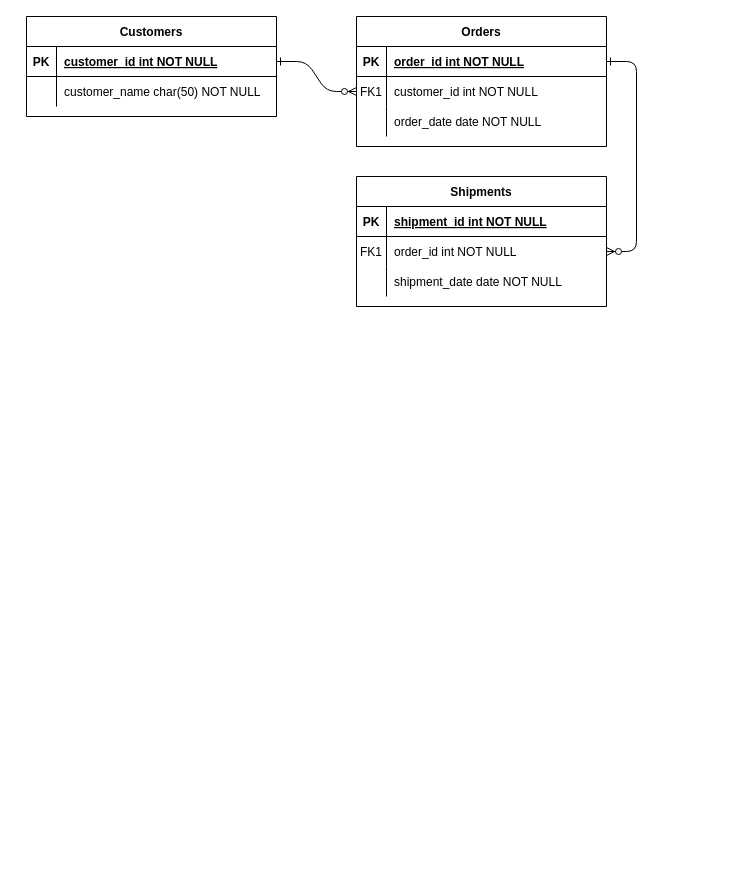
The draw.io diagram AdventureWorks/AW.drawio in andrepegoraro/analytics-engineering, before the edit. Source tidied: cells renumbered, new cells numbered last; positions are measured from the earlier drawing's top-left corner, leaving out a move shared by most shapes. Both pictures are drawn from the tidied source at 100%, with x=0, y=0 at pixel (26, 16).
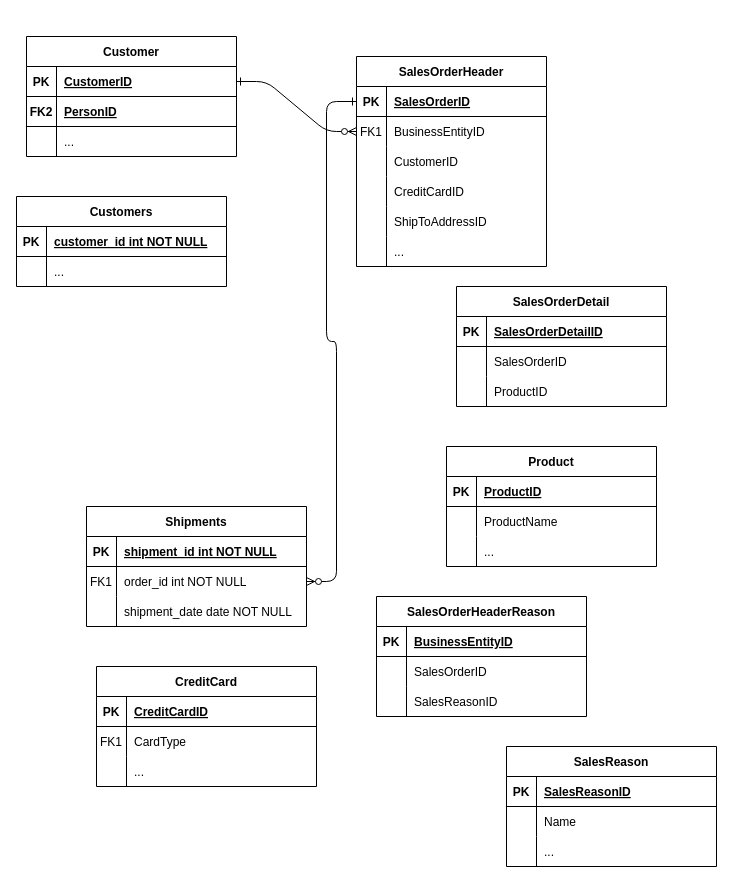
Above is the later version.

The edit, as a diff of the source:
```diff
@@
-    <mxCell id="4" value="Orders" style="shape=table;startSize=30;childLayout=tableLayout;rowLines=0;fontStyle=1;align=center;" parent="1" vertex="1">
-      <mxGeometry x="330" width="250" height="130" as="geometry" />
+    <mxCell id="4" value="SalesOrderHeader" style="shape=table;startSize=30;childLayout=tableLayout;rowLines=0;fontStyle=1;align=center;" parent="1" vertex="1">
+      <mxGeometry x="330" y="40" width="190" height="210" as="geometry" />
     </mxCell>
     <mxCell id="5" style="shape=partialRectangle;fillColor=none;points=[[0,0.5],[1,0.5]];portConstraint=eastwest;top=0;left=0;right=0;bottom=1;" parent="4" vertex="1">
-      <mxGeometry y="30" width="250" height="30" as="geometry" />
+      <mxGeometry y="30" width="190" height="30" as="geometry" />
     </mxCell>
@@
-    <mxCell id="7" value="order_id int NOT NULL " style="shape=partialRectangle;overflow=hidden;fillColor=none;top=0;left=0;bottom=0;right=0;align=left;spacingLeft=6;fontStyle=5;" parent="5" vertex="1">
-      <mxGeometry x="30" width="220" height="30" as="geometry" />
+    <mxCell id="7" value="SalesOrderID" style="shape=partialRectangle;overflow=hidden;fillColor=none;top=0;left=0;bottom=0;right=0;align=left;spacingLeft=6;fontStyle=5;" parent="5" vertex="1">
+      <mxGeometry x="30" width="160" height="30" as="geometry" />
     </mxCell>
     <mxCell id="8" style="shape=partialRectangle;fillColor=none;points=[[0,0.5],[1,0.5]];portConstraint=eastwest;top=0;left=0;right=0;bottom=0;" parent="4" vertex="1">
-      <mxGeometry y="60" width="250" height="30" as="geometry" />
+      <mxGeometry y="60" width="190" height="30" as="geometry" />
     </mxCell>
@@
-    <mxCell id="10" value="customer_id int NOT NULL" style="shape=partialRectangle;overflow=hidden;fillColor=none;top=0;left=0;bottom=0;right=0;align=left;spacingLeft=6;" parent="8" vertex="1">
-      <mxGeometry x="30" width="220" height="30" as="geometry" />
+    <mxCell id="10" value="BusinessEntityID" style="shape=partialRectangle;overflow=hidden;fillColor=none;top=0;left=0;bottom=0;right=0;align=left;spacingLeft=6;" parent="8" vertex="1">
+      <mxGeometry x="30" width="160" height="30" as="geometry" />
     </mxCell>
     <mxCell id="11" style="shape=partialRectangle;fillColor=none;top=0;left=0;right=0;bottom=0;" parent="4" vertex="1">
-      <mxGeometry y="90" width="250" height="30" as="geometry" />
+      <mxGeometry y="90" width="190" height="30" as="geometry" />
     </mxCell>
@@
-    <mxCell id="13" value="order_date date NOT NULL" style="shape=partialRectangle;overflow=hidden;fillColor=none;top=0;left=0;bottom=0;right=0;align=left;spacingLeft=6;" parent="11" vertex="1">
-      <mxGeometry x="30" width="220" height="30" as="geometry" />
+    <mxCell id="13" value="CustomerID" style="shape=partialRectangle;overflow=hidden;fillColor=none;top=0;left=0;bottom=0;right=0;align=left;spacingLeft=6;" parent="11" vertex="1">
+      <mxGeometry x="30" width="160" height="30" as="geometry" />
     </mxCell>
+    <mxCell id="31" style="shape=partialRectangle;fillColor=none;top=0;left=0;right=0;bottom=0;" parent="4" vertex="1">
+      <mxGeometry y="120" width="190" height="30" as="geometry" />
+    </mxCell>
+    <mxCell id="32" style="shape=partialRectangle;overflow=hidden;fillColor=none;top=0;left=0;bottom=0;right=0;" parent="31" vertex="1">
+      <mxGeometry width="30" height="30" as="geometry" />
+    </mxCell>
+    <mxCell id="33" value="CreditCardID" style="shape=partialRectangle;overflow=hidden;fillColor=none;top=0;left=0;bottom=0;right=0;align=left;spacingLeft=6;" parent="31" vertex="1">
+      <mxGeometry x="30" width="160" height="30" as="geometry" />
+    </mxCell>
+    <mxCell id="34" style="shape=partialRectangle;fillColor=none;top=0;left=0;right=0;bottom=0;" parent="4" vertex="1">
+      <mxGeometry y="150" width="190" height="30" as="geometry" />
+    </mxCell>
+    <mxCell id="35" style="shape=partialRectangle;overflow=hidden;fillColor=none;top=0;left=0;bottom=0;right=0;" parent="34" vertex="1">
+      <mxGeometry width="30" height="30" as="geometry" />
+    </mxCell>
+    <mxCell id="36" value="ShipToAddressID" style="shape=partialRectangle;overflow=hidden;fillColor=none;top=0;left=0;bottom=0;right=0;align=left;spacingLeft=6;" parent="34" vertex="1">
+      <mxGeometry x="30" width="160" height="30" as="geometry" />
+    </mxCell>
+    <mxCell id="37" style="shape=partialRectangle;fillColor=none;top=0;left=0;right=0;bottom=0;" parent="4" vertex="1">
+      <mxGeometry y="180" width="190" height="30" as="geometry" />
+    </mxCell>
+    <mxCell id="38" style="shape=partialRectangle;overflow=hidden;fillColor=none;top=0;left=0;bottom=0;right=0;" parent="37" vertex="1">
+      <mxGeometry width="30" height="30" as="geometry" />
+    </mxCell>
+    <mxCell id="39" value="..." style="shape=partialRectangle;overflow=hidden;fillColor=none;top=0;left=0;bottom=0;right=0;align=left;spacingLeft=6;" parent="37" vertex="1">
+      <mxGeometry x="30" width="160" height="30" as="geometry" />
+    </mxCell>
     <mxCell id="14" value="Shipments" style="shape=table;startSize=30;childLayout=tableLayout;rowLines=0;fontStyle=1;align=center;" parent="1" vertex="1">
-      <mxGeometry x="330" y="160" width="250" height="130" as="geometry" />
+      <mxGeometry x="60" y="490" width="220" height="120" as="geometry" />
     </mxCell>
     <mxCell id="15" style="shape=partialRectangle;fillColor=none;top=0;left=0;right=0;bottom=1;" parent="14" vertex="1">
-      <mxGeometry y="30" width="250" height="30" as="geometry" />
+      <mxGeometry y="30" width="220" height="30" as="geometry" />
     </mxCell>
@@
     <mxCell id="17" value="shipment_id int NOT NULL " style="shape=partialRectangle;overflow=hidden;fillColor=none;top=0;left=0;bottom=0;right=0;align=left;spacingLeft=6;fontStyle=5;" parent="15" vertex="1">
-      <mxGeometry x="30" width="220" height="30" as="geometry" />
+      <mxGeometry x="30" width="190" height="30" as="geometry" />
     </mxCell>
     <mxCell id="18" style="shape=partialRectangle;fillColor=none;points=[[0,0.5],[1,0.5]];portConstraint=eastwest;top=0;left=0;right=0;bottom=0;" parent="14" vertex="1">
-      <mxGeometry y="60" width="250" height="30" as="geometry" />
+      <mxGeometry y="60" width="220" height="30" as="geometry" />
     </mxCell>
@@
     <mxCell id="20" value="order_id int NOT NULL" style="shape=partialRectangle;overflow=hidden;fillColor=none;top=0;left=0;bottom=0;right=0;align=left;spacingLeft=6;" parent="18" vertex="1">
-      <mxGeometry x="30" width="220" height="30" as="geometry" />
+      <mxGeometry x="30" width="190" height="30" as="geometry" />
     </mxCell>
     <mxCell id="21" style="shape=partialRectangle;fillColor=none;top=0;left=0;right=0;bottom=0;" parent="14" vertex="1">
-      <mxGeometry y="90" width="250" height="30" as="geometry" />
+      <mxGeometry y="90" width="220" height="30" as="geometry" />
     </mxCell>
@@
     <mxCell id="23" value="shipment_date date NOT NULL" style="shape=partialRectangle;overflow=hidden;fillColor=none;top=0;left=0;bottom=0;right=0;align=left;spacingLeft=6;" parent="21" vertex="1">
-      <mxGeometry x="30" width="220" height="30" as="geometry" />
+      <mxGeometry x="30" width="190" height="30" as="geometry" />
     </mxCell>
-    <mxCell id="24" value="Customers" style="shape=table;startSize=30;childLayout=tableLayout;rowLines=0;fontStyle=1;align=center;" parent="1" vertex="1">
-      <mxGeometry width="250" height="100" as="geometry" />
+    <mxCell id="24" value="Customer" style="shape=table;startSize=30;childLayout=tableLayout;rowLines=0;fontStyle=1;align=center;" parent="1" vertex="1">
+      <mxGeometry y="20" width="210" height="120" as="geometry" />
     </mxCell>
     <mxCell id="25" style="shape=partialRectangle;fillColor=none;points=[[0,0.5],[1,0.5]];portConstraint=eastwest;top=0;left=0;right=0;bottom=1;" parent="24" vertex="1">
-      <mxGeometry y="30" width="250" height="30" as="geometry" />
+      <mxGeometry y="30" width="210" height="30" as="geometry" />
     </mxCell>
@@
-    <mxCell id="27" value="customer_id int NOT NULL " style="shape=partialRectangle;overflow=hidden;fillColor=none;top=0;left=0;bottom=0;right=0;align=left;spacingLeft=6;fontStyle=5;" parent="25" vertex="1">
-      <mxGeometry x="30" width="220" height="30" as="geometry" />
+    <mxCell id="27" value="CustomerID" style="shape=partialRectangle;overflow=hidden;fillColor=none;top=0;left=0;bottom=0;right=0;align=left;spacingLeft=6;fontStyle=5;" parent="25" vertex="1">
+      <mxGeometry x="30" width="180" height="30" as="geometry" />
     </mxCell>
+    <mxCell id="40" style="shape=partialRectangle;fillColor=none;top=0;left=0;right=0;bottom=1;" parent="24" vertex="1">
+      <mxGeometry y="60" width="210" height="30" as="geometry" />
+    </mxCell>
+    <mxCell id="41" value="FK2" style="shape=partialRectangle;overflow=hidden;fillColor=none;top=0;left=0;bottom=0;right=0;fontStyle=1;" parent="40" vertex="1">
+      <mxGeometry width="30" height="30" as="geometry" />
+    </mxCell>
+    <mxCell id="42" value="PersonID" style="shape=partialRectangle;overflow=hidden;fillColor=none;top=0;left=0;bottom=0;right=0;align=left;spacingLeft=6;fontStyle=5;" parent="40" vertex="1">
+      <mxGeometry x="30" width="180" height="30" as="geometry" />
+    </mxCell>
     <mxCell id="28" style="shape=partialRectangle;fillColor=none;top=0;left=0;right=0;bottom=0;" parent="24" vertex="1">
-      <mxGeometry y="60" width="250" height="30" as="geometry" />
+      <mxGeometry y="90" width="210" height="30" as="geometry" />
     </mxCell>
@@
-    <mxCell id="30" value="customer_name char(50) NOT NULL" style="shape=partialRectangle;overflow=hidden;fillColor=none;top=0;left=0;bottom=0;right=0;align=left;spacingLeft=6;" parent="28" vertex="1">
-      <mxGeometry x="30" width="220" height="30" as="geometry" />
+    <mxCell id="30" value="..." style="shape=partialRectangle;overflow=hidden;fillColor=none;top=0;left=0;bottom=0;right=0;align=left;spacingLeft=6;" parent="28" vertex="1">
+      <mxGeometry x="30" width="180" height="30" as="geometry" />
     </mxCell>
+    <mxCell id="43" value="Customers" style="shape=table;startSize=30;childLayout=tableLayout;rowLines=0;fontStyle=1;align=center;" parent="1" vertex="1">
+      <mxGeometry x="-10" y="180" width="210" height="90" as="geometry" />
+    </mxCell>
+    <mxCell id="44" style="shape=partialRectangle;fillColor=none;top=0;left=0;right=0;bottom=1;" parent="43" vertex="1">
+      <mxGeometry y="30" width="210" height="30" as="geometry" />
+    </mxCell>
+    <mxCell id="45" value="PK" style="shape=partialRectangle;overflow=hidden;fillColor=none;top=0;left=0;bottom=0;right=0;fontStyle=1;" parent="44" vertex="1">
+      <mxGeometry width="30" height="30" as="geometry" />
+    </mxCell>
+    <mxCell id="46" value="customer_id int NOT NULL " style="shape=partialRectangle;overflow=hidden;fillColor=none;top=0;left=0;bottom=0;right=0;align=left;spacingLeft=6;fontStyle=5;" parent="44" vertex="1">
+      <mxGeometry x="30" width="180" height="30" as="geometry" />
+    </mxCell>
+    <mxCell id="47" style="shape=partialRectangle;fillColor=none;top=0;left=0;right=0;bottom=0;" parent="43" vertex="1">
+      <mxGeometry y="60" width="210" height="30" as="geometry" />
+    </mxCell>
+    <mxCell id="48" style="shape=partialRectangle;overflow=hidden;fillColor=none;top=0;left=0;bottom=0;right=0;" parent="47" vertex="1">
+      <mxGeometry width="30" height="30" as="geometry" />
+    </mxCell>
+    <mxCell id="49" value="..." style="shape=partialRectangle;overflow=hidden;fillColor=none;top=0;left=0;bottom=0;right=0;align=left;spacingLeft=6;" parent="47" vertex="1">
+      <mxGeometry x="30" width="180" height="30" as="geometry" />
+    </mxCell>
+    <mxCell id="50" value="SalesOrderDetail" style="shape=table;startSize=30;childLayout=tableLayout;rowLines=0;fontStyle=1;align=center;" parent="1" vertex="1">
+      <mxGeometry x="430" y="270" width="210" height="120" as="geometry" />
+    </mxCell>
+    <mxCell id="51" style="shape=partialRectangle;fillColor=none;top=0;left=0;right=0;bottom=1;" parent="50" vertex="1">
+      <mxGeometry y="30" width="210" height="30" as="geometry" />
+    </mxCell>
+    <mxCell id="52" value="PK" style="shape=partialRectangle;overflow=hidden;fillColor=none;top=0;left=0;bottom=0;right=0;fontStyle=1;" parent="51" vertex="1">
+      <mxGeometry width="30" height="30" as="geometry" />
+    </mxCell>
+    <mxCell id="53" value="SalesOrderDetailID" style="shape=partialRectangle;overflow=hidden;fillColor=none;top=0;left=0;bottom=0;right=0;align=left;spacingLeft=6;fontStyle=5;" parent="51" vertex="1">
+      <mxGeometry x="30" width="180" height="30" as="geometry" />
+    </mxCell>
+    <mxCell id="54" style="shape=partialRectangle;fillColor=none;top=0;left=0;right=0;bottom=0;" parent="50" vertex="1">
+      <mxGeometry y="60" width="210" height="30" as="geometry" />
+    </mxCell>
+    <mxCell id="55" style="shape=partialRectangle;overflow=hidden;fillColor=none;top=0;left=0;bottom=0;right=0;" parent="54" vertex="1">
+      <mxGeometry width="30" height="30" as="geometry" />
+    </mxCell>
+    <mxCell id="56" value="SalesOrderID" style="shape=partialRectangle;overflow=hidden;fillColor=none;top=0;left=0;bottom=0;right=0;align=left;spacingLeft=6;" parent="54" vertex="1">
+      <mxGeometry x="30" width="180" height="30" as="geometry" />
+    </mxCell>
+    <mxCell id="57" style="shape=partialRectangle;fillColor=none;top=0;left=0;right=0;bottom=0;" parent="50" vertex="1">
+      <mxGeometry y="90" width="210" height="30" as="geometry" />
+    </mxCell>
+    <mxCell id="58" style="shape=partialRectangle;overflow=hidden;fillColor=none;top=0;left=0;bottom=0;right=0;" parent="57" vertex="1">
+      <mxGeometry width="30" height="30" as="geometry" />
+    </mxCell>
+    <mxCell id="59" value="ProductID" style="shape=partialRectangle;overflow=hidden;fillColor=none;top=0;left=0;bottom=0;right=0;align=left;spacingLeft=6;" parent="57" vertex="1">
+      <mxGeometry x="30" width="180" height="30" as="geometry" />
+    </mxCell>
+    <mxCell id="60" value="Product" style="shape=table;startSize=30;childLayout=tableLayout;rowLines=0;fontStyle=1;align=center;" parent="1" vertex="1">
+      <mxGeometry x="420" y="430" width="210" height="120" as="geometry" />
+    </mxCell>
+    <mxCell id="61" style="shape=partialRectangle;fillColor=none;top=0;left=0;right=0;bottom=1;" parent="60" vertex="1">
+      <mxGeometry y="30" width="210" height="30" as="geometry" />
+    </mxCell>
+    <mxCell id="62" value="PK" style="shape=partialRectangle;overflow=hidden;fillColor=none;top=0;left=0;bottom=0;right=0;fontStyle=1;" parent="61" vertex="1">
+      <mxGeometry width="30" height="30" as="geometry" />
+    </mxCell>
+    <mxCell id="63" value="ProductID" style="shape=partialRectangle;overflow=hidden;fillColor=none;top=0;left=0;bottom=0;right=0;align=left;spacingLeft=6;fontStyle=5;" parent="61" vertex="1">
+      <mxGeometry x="30" width="180" height="30" as="geometry" />
+    </mxCell>
+    <mxCell id="64" style="shape=partialRectangle;fillColor=none;top=0;left=0;right=0;bottom=0;" parent="60" vertex="1">
+      <mxGeometry y="60" width="210" height="30" as="geometry" />
+    </mxCell>
+    <mxCell id="65" style="shape=partialRectangle;overflow=hidden;fillColor=none;top=0;left=0;bottom=0;right=0;" parent="64" vertex="1">
+      <mxGeometry width="30" height="30" as="geometry" />
+    </mxCell>
+    <mxCell id="66" value="ProductName" style="shape=partialRectangle;overflow=hidden;fillColor=none;top=0;left=0;bottom=0;right=0;align=left;spacingLeft=6;" parent="64" vertex="1">
+      <mxGeometry x="30" width="180" height="30" as="geometry" />
+    </mxCell>
+    <mxCell id="67" style="shape=partialRectangle;fillColor=none;top=0;left=0;right=0;bottom=0;" parent="60" vertex="1">
+      <mxGeometry y="90" width="210" height="30" as="geometry" />
+    </mxCell>
+    <mxCell id="68" style="shape=partialRectangle;overflow=hidden;fillColor=none;top=0;left=0;bottom=0;right=0;" parent="67" vertex="1">
+      <mxGeometry width="30" height="30" as="geometry" />
+    </mxCell>
+    <mxCell id="69" value="..." style="shape=partialRectangle;overflow=hidden;fillColor=none;top=0;left=0;bottom=0;right=0;align=left;spacingLeft=6;" parent="67" vertex="1">
+      <mxGeometry x="30" width="180" height="30" as="geometry" />
+    </mxCell>
+    <mxCell id="70" value="SalesOrderHeaderReason" style="shape=table;startSize=30;childLayout=tableLayout;rowLines=0;fontStyle=1;align=center;" parent="1" vertex="1">
+      <mxGeometry x="350" y="580" width="210" height="120" as="geometry" />
+    </mxCell>
+    <mxCell id="71" style="shape=partialRectangle;fillColor=none;top=0;left=0;right=0;bottom=1;" parent="70" vertex="1">
+      <mxGeometry y="30" width="210" height="30" as="geometry" />
+    </mxCell>
+    <mxCell id="72" value="PK" style="shape=partialRectangle;overflow=hidden;fillColor=none;top=0;left=0;bottom=0;right=0;fontStyle=1;" parent="71" vertex="1">
+      <mxGeometry width="30" height="30" as="geometry" />
+    </mxCell>
+    <mxCell id="73" value="BusinessEntityID" style="shape=partialRectangle;overflow=hidden;fillColor=none;top=0;left=0;bottom=0;right=0;align=left;spacingLeft=6;fontStyle=5;" parent="71" vertex="1">
+      <mxGeometry x="30" width="180" height="30" as="geometry" />
+    </mxCell>
+    <mxCell id="74" style="shape=partialRectangle;fillColor=none;top=0;left=0;right=0;bottom=0;" parent="70" vertex="1">
+      <mxGeometry y="60" width="210" height="30" as="geometry" />
+    </mxCell>
+    <mxCell id="75" style="shape=partialRectangle;overflow=hidden;fillColor=none;top=0;left=0;bottom=0;right=0;" parent="74" vertex="1">
+      <mxGeometry width="30" height="30" as="geometry" />
+    </mxCell>
+    <mxCell id="76" value="SalesOrderID" style="shape=partialRectangle;overflow=hidden;fillColor=none;top=0;left=0;bottom=0;right=0;align=left;spacingLeft=6;" parent="74" vertex="1">
+      <mxGeometry x="30" width="180" height="30" as="geometry" />
+    </mxCell>
+    <mxCell id="77" style="shape=partialRectangle;fillColor=none;top=0;left=0;right=0;bottom=0;" parent="70" vertex="1">
+      <mxGeometry y="90" width="210" height="30" as="geometry" />
+    </mxCell>
+    <mxCell id="78" style="shape=partialRectangle;overflow=hidden;fillColor=none;top=0;left=0;bottom=0;right=0;" parent="77" vertex="1">
+      <mxGeometry width="30" height="30" as="geometry" />
+    </mxCell>
+    <mxCell id="79" value="SalesReasonID" style="shape=partialRectangle;overflow=hidden;fillColor=none;top=0;left=0;bottom=0;right=0;align=left;spacingLeft=6;" parent="77" vertex="1">
+      <mxGeometry x="30" width="180" height="30" as="geometry" />
+    </mxCell>
+    <mxCell id="80" value="SalesReason" style="shape=table;startSize=30;childLayout=tableLayout;rowLines=0;fontStyle=1;align=center;" parent="1" vertex="1">
+      <mxGeometry x="480" y="730" width="210" height="120" as="geometry" />
+    </mxCell>
+    <mxCell id="81" style="shape=partialRectangle;fillColor=none;top=0;left=0;right=0;bottom=1;" parent="80" vertex="1">
+      <mxGeometry y="30" width="210" height="30" as="geometry" />
+    </mxCell>
+    <mxCell id="82" value="PK" style="shape=partialRectangle;overflow=hidden;fillColor=none;top=0;left=0;bottom=0;right=0;fontStyle=1;" parent="81" vertex="1">
+      <mxGeometry width="30" height="30" as="geometry" />
+    </mxCell>
+    <mxCell id="83" value="SalesReasonID" style="shape=partialRectangle;overflow=hidden;fillColor=none;top=0;left=0;bottom=0;right=0;align=left;spacingLeft=6;fontStyle=5;" parent="81" vertex="1">
+      <mxGeometry x="30" width="180" height="30" as="geometry" />
+    </mxCell>
+    <mxCell id="84" style="shape=partialRectangle;fillColor=none;top=0;left=0;right=0;bottom=0;" parent="80" vertex="1">
+      <mxGeometry y="60" width="210" height="30" as="geometry" />
+    </mxCell>
+    <mxCell id="85" style="shape=partialRectangle;overflow=hidden;fillColor=none;top=0;left=0;bottom=0;right=0;" parent="84" vertex="1">
+      <mxGeometry width="30" height="30" as="geometry" />
+    </mxCell>
+    <mxCell id="86" value="Name" style="shape=partialRectangle;overflow=hidden;fillColor=none;top=0;left=0;bottom=0;right=0;align=left;spacingLeft=6;" parent="84" vertex="1">
+      <mxGeometry x="30" width="180" height="30" as="geometry" />
+    </mxCell>
+    <mxCell id="87" style="shape=partialRectangle;fillColor=none;top=0;left=0;right=0;bottom=0;" parent="80" vertex="1">
+      <mxGeometry y="90" width="210" height="30" as="geometry" />
+    </mxCell>
+    <mxCell id="88" style="shape=partialRectangle;overflow=hidden;fillColor=none;top=0;left=0;bottom=0;right=0;" parent="87" vertex="1">
+      <mxGeometry width="30" height="30" as="geometry" />
+    </mxCell>
+    <mxCell id="89" value="..." style="shape=partialRectangle;overflow=hidden;fillColor=none;top=0;left=0;bottom=0;right=0;align=left;spacingLeft=6;" parent="87" vertex="1">
+      <mxGeometry x="30" width="180" height="30" as="geometry" />
+    </mxCell>
+    <mxCell id="90" value="CreditCard" style="shape=table;startSize=30;childLayout=tableLayout;rowLines=0;fontStyle=1;align=center;" parent="1" vertex="1">
+      <mxGeometry x="70" y="650" width="220" height="120" as="geometry" />
+    </mxCell>
+    <mxCell id="91" style="shape=partialRectangle;fillColor=none;top=0;left=0;right=0;bottom=1;" parent="90" vertex="1">
+      <mxGeometry y="30" width="220" height="30" as="geometry" />
+    </mxCell>
+    <mxCell id="92" value="PK" style="shape=partialRectangle;overflow=hidden;fillColor=none;top=0;left=0;bottom=0;right=0;fontStyle=1;" parent="91" vertex="1">
+      <mxGeometry width="30" height="30" as="geometry" />
+    </mxCell>
+    <mxCell id="93" value="CreditCardID" style="shape=partialRectangle;overflow=hidden;fillColor=none;top=0;left=0;bottom=0;right=0;align=left;spacingLeft=6;fontStyle=5;" parent="91" vertex="1">
+      <mxGeometry x="30" width="190" height="30" as="geometry" />
+    </mxCell>
+    <mxCell id="94" style="shape=partialRectangle;fillColor=none;top=0;left=0;right=0;bottom=0;" parent="90" vertex="1">
+      <mxGeometry y="60" width="220" height="30" as="geometry" />
+    </mxCell>
+    <mxCell id="95" value="FK1" style="shape=partialRectangle;overflow=hidden;fillColor=none;top=0;left=0;bottom=0;right=0;" parent="94" vertex="1">
+      <mxGeometry width="30" height="30" as="geometry" />
+    </mxCell>
+    <mxCell id="96" value="CardType" style="shape=partialRectangle;overflow=hidden;fillColor=none;top=0;left=0;bottom=0;right=0;align=left;spacingLeft=6;" parent="94" vertex="1">
+      <mxGeometry x="30" width="190" height="30" as="geometry" />
+    </mxCell>
+    <mxCell id="97" style="shape=partialRectangle;fillColor=none;top=0;left=0;right=0;bottom=0;" parent="90" vertex="1">
+      <mxGeometry y="90" width="220" height="30" as="geometry" />
+    </mxCell>
+    <mxCell id="98" style="shape=partialRectangle;overflow=hidden;fillColor=none;top=0;left=0;bottom=0;right=0;" parent="97" vertex="1">
+      <mxGeometry width="30" height="30" as="geometry" />
+    </mxCell>
+    <mxCell id="99" value="..." style="shape=partialRectangle;overflow=hidden;fillColor=none;top=0;left=0;bottom=0;right=0;align=left;spacingLeft=6;" parent="97" vertex="1">
+      <mxGeometry x="30" width="190" height="30" as="geometry" />
+    </mxCell>
```
